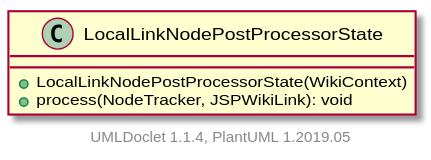
Earlier version of the PlantUML export apidocs/2.11.0.M7-SNAPSHOT/org/apache/wiki/markdown/extensions/jspwikilinks/postprocessor/LocalLinkNodePostProcessorState.svg (apache/jspwiki-site).
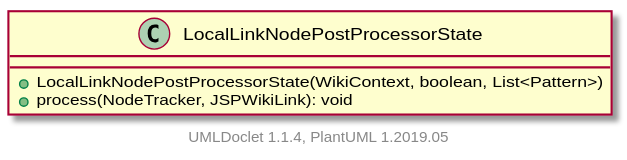
The same diagram one commit later.

The edit, as a diff of the source:
```diff
@@ -1,7 +1,7 @@
 @startuml
 
     class LocalLinkNodePostProcessorState [[LocalLinkNodePostProcessorState.html]] {
-        +LocalLinkNodePostProcessorState(WikiContext)
+        +LocalLinkNodePostProcessorState(WikiContext, boolean, List<Pattern>)
         +process(NodeTracker, JSPWikiLink): void
     }
 
```
